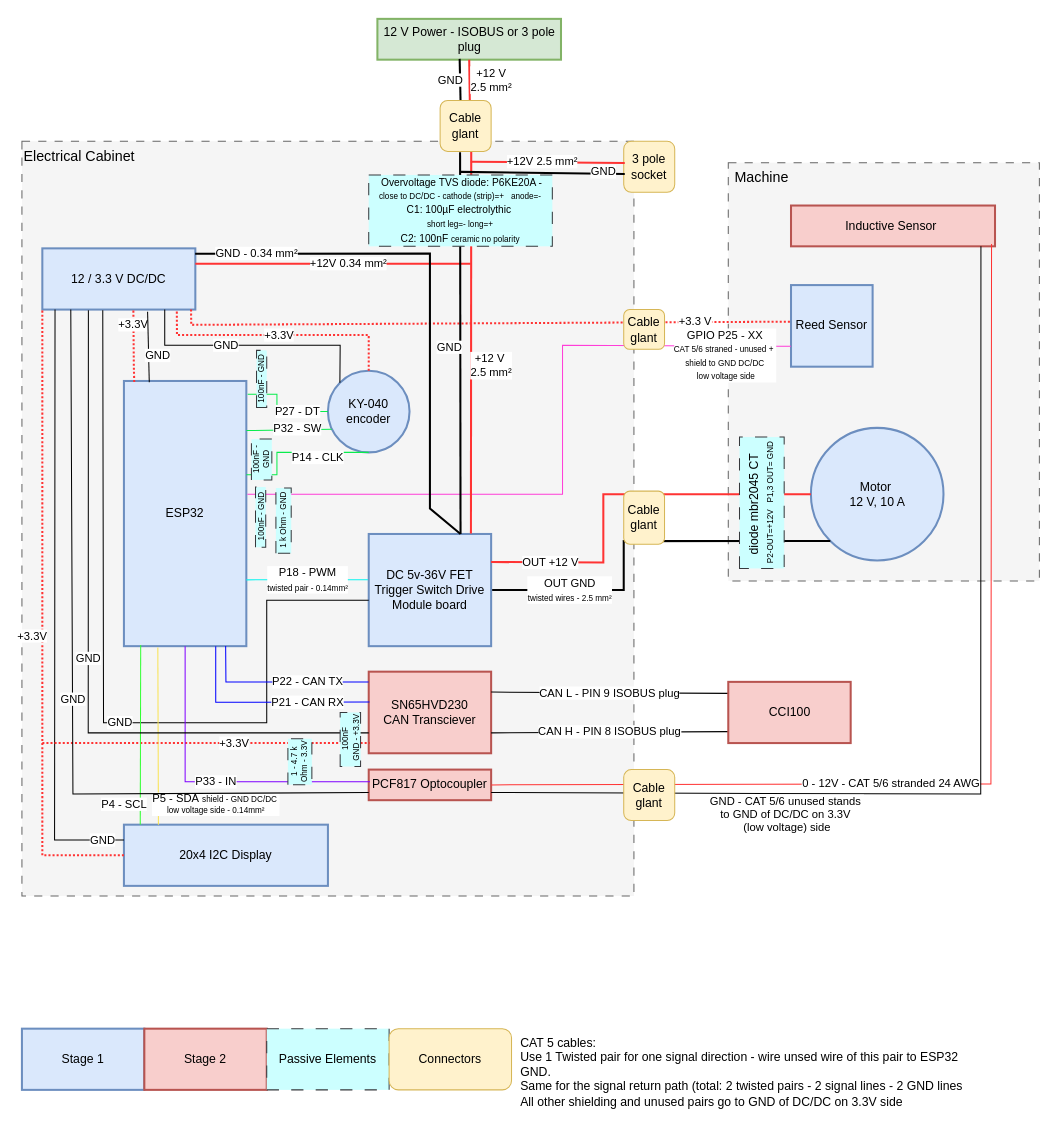
The draw.io diagram docs_requirements/circuit_20260225.drawio in janpfrang/Ali-s-ISOBUS-motorcontrol, before the edit. Source tidied: cells renumbered, new cells numbered last; positions are measured from the earlier drawing's top-left corner, leaving out a move shared by most shapes. Both pictures are drawn from the tidied source at 102%, with x=0, y=0 at pixel (21, 18).
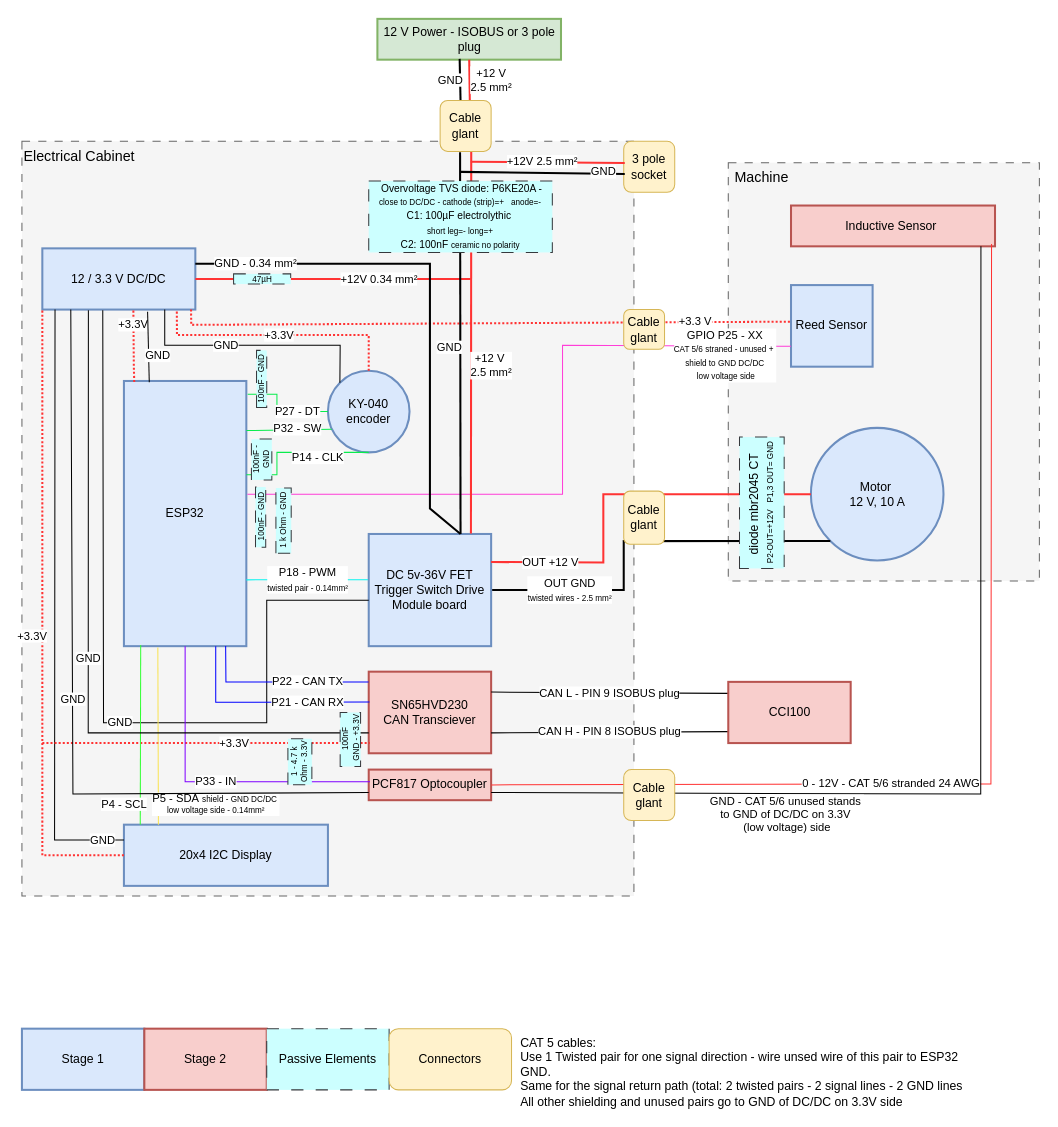
Above is the later version.

Commit message:
Update circuit diagram dimensions and connections

Unchanged cells that the change refers to:
```xml
<mxCell id="5" value="12 / 3.3 V DC/DC" style="rounded=0;whiteSpace=wrap;html=1;strokeWidth=2;fillColor=#dae8fc;strokeColor=#6c8ebf;" parent="1" vertex="1">
  <mxGeometry x="20" y="225" width="150" height="60" as="geometry" />
</mxCell>
<mxCell id="11" value="DC 5v-36V FET Trigger Switch Drive Module board" style="rounded=0;whiteSpace=wrap;html=1;strokeWidth=2;fillColor=#dae8fc;strokeColor=#6c8ebf;" parent="1" vertex="1">
  <mxGeometry x="340" y="505" width="120" height="110" as="geometry" />
</mxCell>
```

What changed in the source:
```diff
@@
-    <mxCell id="12" value="+12V 0.34 mm²" style="endArrow=none;html=1;rounded=0;exitX=1;exitY=0.25;exitDx=0;exitDy=0;strokeColor=#FF3333;strokeWidth=2;" parent="1" edge="1" source="5">
-      <mxGeometry x="0.11" relative="1" as="geometry">
-        <mxPoint x="440" y="240" as="targetPoint" />
+    <mxCell id="12" value="+12V 0.34 mm²" style="endArrow=none;html=1;rounded=0;exitX=1;exitY=0.5;exitDx=0;exitDy=0;strokeColor=#FF3333;strokeWidth=2;" parent="1" edge="1" source="72">
+      <mxGeometry x="-0.02" relative="1" as="geometry">
+        <mxPoint x="440" y="255" as="targetPoint" />
       </mxGeometry>
     </mxCell>
@@
-    <mxCell id="38" value="GND - 0.34 mm²" style="endArrow=none;html=1;rounded=0;exitX=0.999;exitY=0.088;exitDx=0;exitDy=0;exitPerimeter=0;entryX=0.75;entryY=0;entryDx=0;entryDy=0;strokeWidth=2;" parent="1" edge="1" source="5" target="11">
+    <mxCell id="38" value="GND - 0.34 mm²" style="endArrow=none;html=1;rounded=0;exitX=1;exitY=0.25;exitDx=0;exitDy=0;entryX=0.75;entryY=0;entryDx=0;entryDy=0;strokeWidth=2;" parent="1" edge="1" source="5" target="11">
       <mxGeometry x="-0.77" relative="1" as="geometry">
         <Array as="points">
-          <mxPoint x="400" y="230" />
+          <mxPoint x="400" y="240" />
           <mxPoint x="400" y="480" />
         </Array>
       </mxGeometry>
     </mxCell>
@@
     <mxCell id="59" value="&lt;div style=&quot;line-height: 100%;&quot;&gt;&lt;font style=&quot;&quot;&gt;&lt;span style=&quot;font-size: 10px;&quot;&gt;&amp;nbsp;&lt;/span&gt;&lt;font style=&quot;line-height: 100%;&quot;&gt;&lt;span style=&quot;font-size: 10px;&quot;&gt;Overvoltage TVS diode: P6KE20A - &lt;/span&gt;&lt;font style=&quot;font-size: 8px;&quot;&gt;close to DC/DC - cathode (strip)=+&amp;nbsp; &amp;nbsp;anode=-&lt;/font&gt;&lt;/font&gt;&lt;/font&gt;&lt;/div&gt;&lt;div style=&quot;line-height: 100%;&quot;&gt;&lt;span style=&quot;font-size: 10px; background-color: transparent; color: light-dark(rgb(0, 0, 0), rgb(255, 255, 255));&quot;&gt;C1: 100µF electrolythic&lt;/span&gt;&lt;span style=&quot;background-color: transparent; color: light-dark(rgb(0, 0, 0), rgb(255, 255, 255));&quot;&gt;&lt;font style=&quot;font-size: 8px;&quot;&gt;&amp;nbsp;&lt;/font&gt;&lt;/span&gt;&lt;/div&gt;&lt;div style=&quot;line-height: 100%;&quot;&gt;&lt;span style=&quot;background-color: transparent; color: light-dark(rgb(0, 0, 0), rgb(255, 255, 255));&quot;&gt;&lt;font style=&quot;font-size: 8px;&quot;&gt;short leg=- long=+&lt;/font&gt;&lt;/span&gt;&lt;/div&gt;&lt;div style=&quot;line-height: 100%;&quot;&gt;&lt;span style=&quot;font-size: 10px; background-color: transparent; color: light-dark(rgb(0, 0, 0), rgb(255, 255, 255));&quot;&gt;C2: 100nF &lt;/span&gt;&lt;span style=&quot;background-color: transparent; color: light-dark(rgb(0, 0, 0), rgb(255, 255, 255));&quot;&gt;&lt;font style=&quot;font-size: 8px;&quot;&gt;ceramic no polarity&lt;/font&gt;&lt;/span&gt;&lt;/div&gt;" style="rounded=0;whiteSpace=wrap;html=1;fillColor=light-dark(#ccffff, #006f6f);strokeColor=#36393d;dashed=1;dashPattern=12 12;" parent="1" vertex="1">
-      <mxGeometry x="340" y="153" width="180" height="70" as="geometry" />
+      <mxGeometry x="340" y="159" width="180" height="70" as="geometry" />
     </mxCell>
@@
+    <mxCell id="71" style="endArrow=none;html=1;rounded=0;exitX=1;exitY=0.5;exitDx=0;exitDy=0;strokeColor=#FF3333;strokeWidth=2;" parent="1" edge="1" source="5" target="72">
+      <mxGeometry x="0.11" relative="1" as="geometry" />
+    </mxCell>
+    <mxCell id="72" value="47µH" style="rounded=0;whiteSpace=wrap;html=1;fillColor=light-dark(#ccffff, #006f6f);strokeColor=#36393d;dashed=1;dashPattern=12 12;fontSize=8;rotation=0;" parent="1" vertex="1">
+      <mxGeometry x="207.5" y="250" width="56" height="10" as="geometry" />
+    </mxCell>
```
